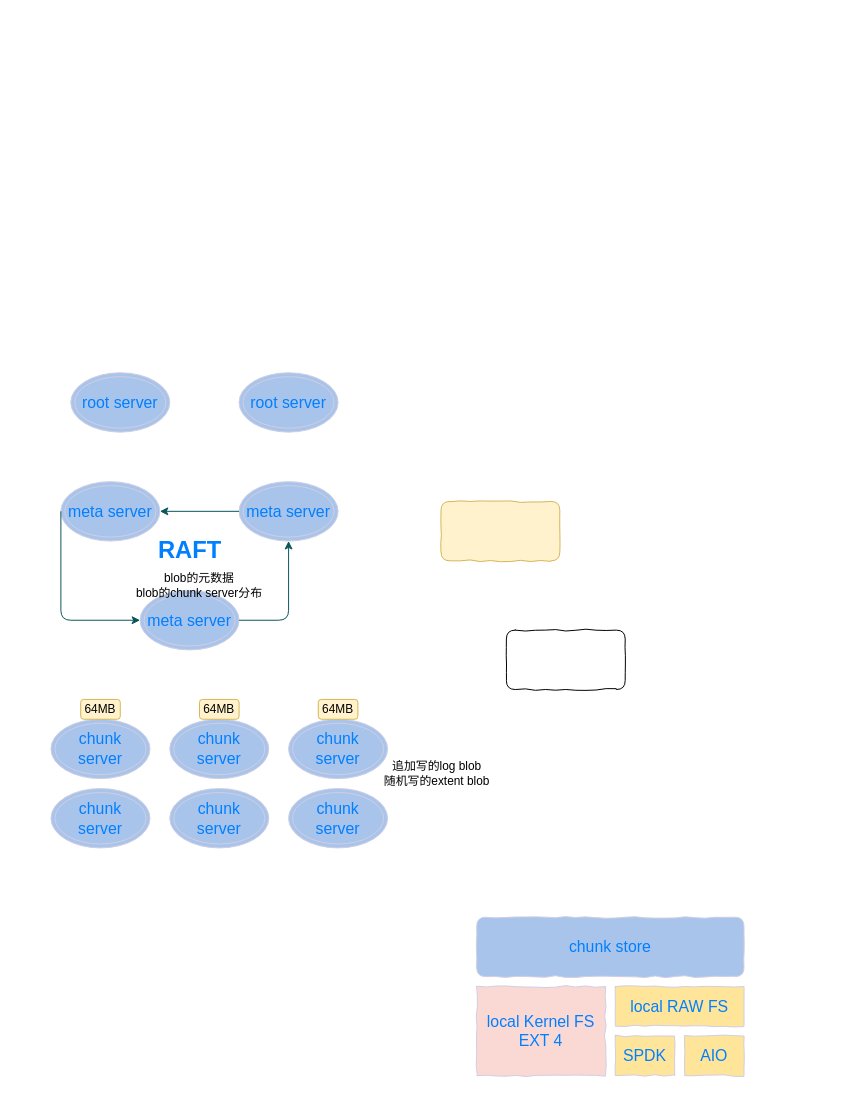
Above: storage.drawio in koka-go/blogs (draw.io), before the change. Source tidied: cells renumbered, new cells numbered last; positions are measured from the earlier drawing's top-left corner, leaving out a move shared by most shapes. Both pictures are drawn from the tidied source at 99%, with x=0, y=0 at pixel (50, 372).
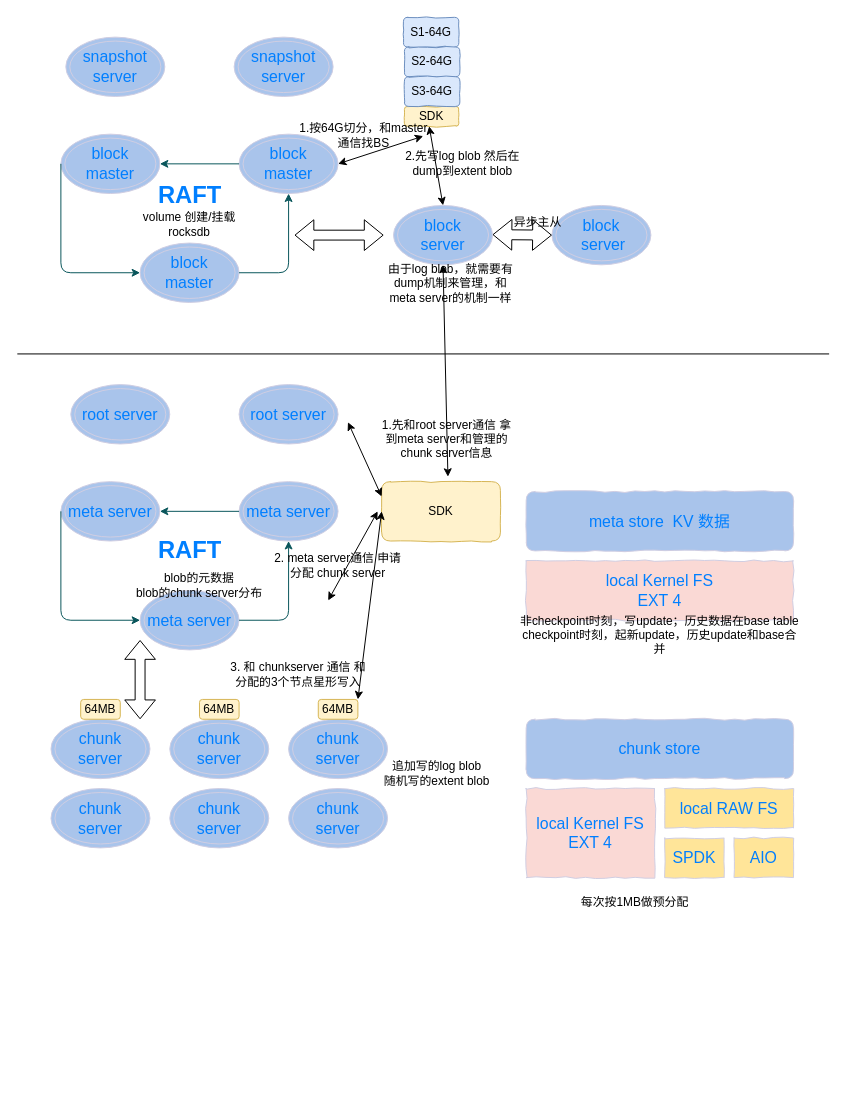
Above is the later version.

What changed in the source:
```diff
@@
     <mxCell id="2" value="&lt;font style=&quot;font-size: 16px&quot; color=&quot;#007fff&quot;&gt;local Kernel FS&lt;br&gt;EXT 4&lt;br&gt;&lt;/font&gt;" style="rounded=0;whiteSpace=wrap;html=1;sketch=0;fontColor=#1A1A1A;strokeColor=#D0CEE2;fillColor=#FAD9D5;comic=1;" parent="1" vertex="1">
-      <mxGeometry x="430" y="620" width="130" height="90" as="geometry" />
+      <mxGeometry x="480" y="420" width="130" height="90" as="geometry" />
     </mxCell>
     <mxCell id="3" value="local RAW FS" style="rounded=0;whiteSpace=wrap;html=1;comic=1;sketch=0;fontSize=16;fontColor=#007FFF;strokeColor=#D0CEE2;fillColor=#FFE599;gradientColor=none;" parent="1" vertex="1">
-      <mxGeometry x="570" y="620" width="130" height="40" as="geometry" />
+      <mxGeometry x="620" y="420" width="130" height="40" as="geometry" />
     </mxCell>
     <mxCell id="4" value="SPDK" style="rounded=0;whiteSpace=wrap;html=1;comic=1;sketch=0;fontSize=16;fontColor=#007FFF;strokeColor=#D0CEE2;fillColor=#FFE599;gradientColor=none;" parent="1" vertex="1">
-      <mxGeometry x="570" y="670" width="60" height="40" as="geometry" />
+      <mxGeometry x="620" y="470" width="60" height="40" as="geometry" />
     </mxCell>
     <mxCell id="5" value="AIO" style="rounded=0;whiteSpace=wrap;html=1;comic=1;sketch=0;fontSize=16;fontColor=#007FFF;strokeColor=#D0CEE2;fillColor=#FFE599;gradientColor=none;" parent="1" vertex="1">
-      <mxGeometry x="640" y="670" width="60" height="40" as="geometry" />
+      <mxGeometry x="690" y="470" width="60" height="40" as="geometry" />
     </mxCell>
     <mxCell id="6" value="chunk store" style="rounded=1;whiteSpace=wrap;html=1;comic=1;sketch=0;fontSize=16;fontColor=#007FFF;strokeColor=#D0CEE2;fillColor=#A9C4EB;gradientColor=none;" parent="1" vertex="1">
-      <mxGeometry x="430" y="550" width="270" height="60" as="geometry" />
+      <mxGeometry x="480" y="350" width="270" height="60" as="geometry" />
     </mxCell>
@@
     <mxCell id="25" value="root server" style="ellipse;shape=doubleEllipse;whiteSpace=wrap;html=1;rounded=0;comic=1;sketch=0;fontSize=16;fontColor=#007FFF;strokeColor=#D0CEE2;fillColor=#A9C4EB;gradientColor=none;" parent="1" vertex="1">
-      <mxGeometry x="20" width="100" height="60" as="geometry" />
+      <mxGeometry x="20" y="12" width="100" height="60" as="geometry" />
     </mxCell>
     <mxCell id="26" value="&lt;span&gt;root server&lt;/span&gt;" style="ellipse;shape=doubleEllipse;whiteSpace=wrap;html=1;rounded=0;comic=1;sketch=0;fontSize=16;fontColor=#007FFF;strokeColor=#D0CEE2;fillColor=#A9C4EB;gradientColor=none;" parent="1" vertex="1">
-      <mxGeometry x="190" width="100" height="60" as="geometry" />
+      <mxGeometry x="190" y="12" width="100" height="60" as="geometry" />
     </mxCell>
-    <mxCell id="27" style="rounded=1;whiteSpace=wrap;html=1;fillColor=#fff2cc;strokeColor=#d6b656;comic=1;" parent="1" vertex="1">
-      <mxGeometry x="394" y="130" width="120" height="60" as="geometry" />
+    <mxCell id="27" value="SDK" style="rounded=1;whiteSpace=wrap;html=1;fillColor=#fff2cc;strokeColor=#d6b656;comic=1;" parent="1" vertex="1">
+      <mxGeometry x="334" y="110" width="120" height="60" as="geometry" />
     </mxCell>
-    <mxCell id="28" style="rounded=1;whiteSpace=wrap;html=1;comic=1;" parent="1" vertex="1">
-      <mxGeometry x="460" y="260" width="120" height="60" as="geometry" />
-    </mxCell>
+    <mxCell id="29" style="endArrow=classic;startArrow=classic;html=1;rounded=0;entryX=0;entryY=0.25;entryDx=0;entryDy=0;" parent="1" edge="1" target="27">
+      <mxGeometry relative="1" as="geometry">
+        <mxPoint x="300" y="50" as="sourcePoint" />
+      </mxGeometry>
+    </mxCell>
+    <mxCell id="30" value="1.先和root server通信 拿到meta server和管理的chunk server信息" style="text;html=1;strokeColor=none;fillColor=none;align=center;verticalAlign=middle;whiteSpace=wrap;rounded=0;" parent="1" vertex="1">
+      <mxGeometry x="330" y="52" width="140" height="30" as="geometry" />
+    </mxCell>
+    <mxCell id="31" style="endArrow=classic;startArrow=classic;html=1;rounded=0;" parent="1" edge="1">
+      <mxGeometry relative="1" as="geometry">
+        <mxPoint x="280" y="230" as="sourcePoint" />
+        <mxPoint x="330" y="140" as="targetPoint" />
+      </mxGeometry>
+    </mxCell>
+    <mxCell id="32" value="2. meta server通信 申请分配 chunk server" style="text;html=1;strokeColor=none;fillColor=none;align=center;verticalAlign=middle;whiteSpace=wrap;rounded=0;" parent="1" vertex="1">
+      <mxGeometry x="220" y="180" width="140" height="30" as="geometry" />
+    </mxCell>
+    <mxCell id="33" style="endArrow=classic;startArrow=classic;html=1;rounded=0;entryX=0;entryY=0.5;entryDx=0;entryDy=0;" parent="1" edge="1" target="27">
+      <mxGeometry relative="1" as="geometry">
+        <mxPoint x="310" y="330" as="sourcePoint" />
+      </mxGeometry>
+    </mxCell>
+    <mxCell id="34" value="3. 和 chunkserver 通信 和分配的3个节点星形写入" style="text;html=1;strokeColor=none;fillColor=none;align=center;verticalAlign=middle;whiteSpace=wrap;rounded=0;" parent="1" vertex="1">
+      <mxGeometry x="180" y="290" width="140" height="30" as="geometry" />
+    </mxCell>
+    <mxCell id="35" value="每次按1MB做预分配" style="text;html=1;strokeColor=none;fillColor=none;align=center;verticalAlign=middle;whiteSpace=wrap;rounded=0;" parent="1" vertex="1">
+      <mxGeometry x="520" y="520" width="140" height="30" as="geometry" />
+    </mxCell>
+    <mxCell id="36" value="&lt;font style=&quot;font-size: 16px&quot; color=&quot;#007fff&quot;&gt;local Kernel FS&lt;br&gt;EXT 4&lt;br&gt;&lt;/font&gt;" style="rounded=0;whiteSpace=wrap;html=1;sketch=0;fontColor=#1A1A1A;strokeColor=#D0CEE2;fillColor=#FAD9D5;comic=1;" parent="1" vertex="1">
+      <mxGeometry x="480" y="190" width="270" height="60" as="geometry" />
+    </mxCell>
+    <mxCell id="37" value="meta store&amp;nbsp; KV 数据" style="rounded=1;whiteSpace=wrap;html=1;comic=1;sketch=0;fontSize=16;fontColor=#007FFF;strokeColor=#D0CEE2;fillColor=#A9C4EB;gradientColor=none;" parent="1" vertex="1">
+      <mxGeometry x="480" y="120" width="270" height="60" as="geometry" />
+    </mxCell>
+    <mxCell id="38" value="非checkpoint时刻，写update；历史数据在base table&lt;br&gt;checkpoint时刻，起新update，历史update和base合并" style="text;html=1;strokeColor=none;fillColor=none;align=center;verticalAlign=middle;whiteSpace=wrap;rounded=0;" parent="1" vertex="1">
+      <mxGeometry x="470" y="250" width="290" height="30" as="geometry" />
+    </mxCell>
+    <mxCell id="39" style="endArrow=none;html=1;rounded=0;" parent="1" edge="1">
+      <mxGeometry relative="1" as="geometry">
+        <mxPoint x="-34" y="-19" as="sourcePoint" />
+        <mxPoint x="786" y="-19" as="targetPoint" />
+      </mxGeometry>
+    </mxCell>
+    <mxCell id="40" value="block master" style="ellipse;shape=doubleEllipse;whiteSpace=wrap;html=1;rounded=0;comic=1;sketch=0;fontSize=16;fontColor=#007FFF;strokeColor=#D0CEE2;fillColor=#A9C4EB;gradientColor=none;" parent="1" vertex="1">
+      <mxGeometry x="10" y="-241" width="100" height="60" as="geometry" />
+    </mxCell>
+    <mxCell id="41" value="block master" style="ellipse;shape=doubleEllipse;whiteSpace=wrap;html=1;rounded=0;comic=1;sketch=0;fontSize=16;fontColor=#007FFF;strokeColor=#D0CEE2;fillColor=#A9C4EB;gradientColor=none;" parent="1" vertex="1">
+      <mxGeometry x="90" y="-131" width="100" height="60" as="geometry" />
+    </mxCell>
+    <mxCell id="42" value="block master" style="ellipse;shape=doubleEllipse;whiteSpace=wrap;html=1;rounded=0;comic=1;sketch=0;fontSize=16;fontColor=#007FFF;strokeColor=#D0CEE2;fillColor=#A9C4EB;gradientColor=none;" parent="1" vertex="1">
+      <mxGeometry x="190" y="-241" width="100" height="60" as="geometry" />
+    </mxCell>
+    <mxCell id="43" style="edgeStyle=segmentEdgeStyle;endArrow=classic;html=1;rounded=1;sketch=0;fontSize=16;fontColor=#007FFF;strokeColor=#09555B;curved=0;entryX=0.5;entryY=1;entryDx=0;entryDy=0;" parent="1" edge="1" target="42">
+      <mxGeometry relative="1" as="geometry">
+        <mxPoint x="190" y="-101" as="sourcePoint" />
+      </mxGeometry>
+    </mxCell>
+    <mxCell id="44" style="edgeStyle=segmentEdgeStyle;endArrow=classic;html=1;rounded=1;sketch=0;fontSize=16;fontColor=#007FFF;strokeColor=#09555B;curved=0;exitX=0;exitY=0.5;exitDx=0;exitDy=0;entryX=1;entryY=0.5;entryDx=0;entryDy=0;" parent="1" edge="1" source="42" target="40">
+      <mxGeometry relative="1" as="geometry" />
+    </mxCell>
+    <mxCell id="45" style="edgeStyle=segmentEdgeStyle;endArrow=classic;html=1;rounded=1;sketch=0;fontSize=16;fontColor=#007FFF;strokeColor=#09555B;curved=0;entryX=0;entryY=0.5;entryDx=0;entryDy=0;exitX=0;exitY=0.5;exitDx=0;exitDy=0;" parent="1" edge="1" source="40" target="41">
+      <mxGeometry relative="1" as="geometry">
+        <Array as="points">
+          <mxPoint x="10" y="-101" />
+        </Array>
+      </mxGeometry>
+    </mxCell>
+    <mxCell id="46" value="RAFT" style="text;strokeColor=none;fillColor=none;html=1;fontSize=24;fontStyle=1;verticalAlign=middle;align=center;rounded=0;comic=1;sketch=0;fontColor=#007FFF;" parent="1" vertex="1">
+      <mxGeometry x="90" y="-199" width="100" height="40" as="geometry" />
+    </mxCell>
+    <mxCell id="47" value="volume 创建/挂载&lt;br&gt;rocksdb" style="text;html=1;strokeColor=none;fillColor=none;align=center;verticalAlign=middle;whiteSpace=wrap;rounded=0;" parent="1" vertex="1">
+      <mxGeometry x="70" y="-169" width="140" height="38" as="geometry" />
+    </mxCell>
+    <mxCell id="48" value="snapshot server" style="ellipse;shape=doubleEllipse;whiteSpace=wrap;html=1;rounded=0;comic=1;sketch=0;fontSize=16;fontColor=#007FFF;strokeColor=#D0CEE2;fillColor=#A9C4EB;gradientColor=none;" parent="1" vertex="1">
+      <mxGeometry x="15" y="-339" width="100" height="60" as="geometry" />
+    </mxCell>
+    <mxCell id="49" value="&lt;span&gt;snapshot server&lt;/span&gt;" style="ellipse;shape=doubleEllipse;whiteSpace=wrap;html=1;rounded=0;comic=1;sketch=0;fontSize=16;fontColor=#007FFF;strokeColor=#D0CEE2;fillColor=#A9C4EB;gradientColor=none;" parent="1" vertex="1">
+      <mxGeometry x="185" y="-339" width="100" height="60" as="geometry" />
+    </mxCell>
+    <mxCell id="50" value="&lt;span&gt;block &lt;br&gt;server&lt;/span&gt;" style="ellipse;shape=doubleEllipse;whiteSpace=wrap;html=1;rounded=0;comic=1;sketch=0;fontSize=16;fontColor=#007FFF;strokeColor=#D0CEE2;fillColor=#A9C4EB;gradientColor=none;" parent="1" vertex="1">
+      <mxGeometry x="346" y="-169" width="100" height="60" as="geometry" />
+    </mxCell>
+    <mxCell id="51" value="&lt;span&gt;block&lt;br&gt;&amp;nbsp;server&lt;/span&gt;" style="ellipse;shape=doubleEllipse;whiteSpace=wrap;html=1;rounded=0;comic=1;sketch=0;fontSize=16;fontColor=#007FFF;strokeColor=#D0CEE2;fillColor=#A9C4EB;gradientColor=none;" parent="1" vertex="1">
+      <mxGeometry x="506" y="-169" width="100" height="60" as="geometry" />
+    </mxCell>
+    <mxCell id="52" style="endArrow=classic;startArrow=classic;html=1;rounded=0;entryX=0.558;entryY=-0.083;entryDx=0;entryDy=0;exitX=0.5;exitY=1;exitDx=0;exitDy=0;entryPerimeter=0;" parent="1" edge="1" source="50" target="27">
+      <mxGeometry relative="1" as="geometry" />
+    </mxCell>
+    <mxCell id="53" value="SDK" style="rounded=1;whiteSpace=wrap;html=1;fillColor=#fff2cc;strokeColor=#d6b656;comic=1;" parent="1" vertex="1">
+      <mxGeometry x="357" y="-269" width="55" height="20" as="geometry" />
+    </mxCell>
+    <mxCell id="54" value="S1-64G" style="rounded=1;whiteSpace=wrap;html=1;comic=1;fillColor=#dae8fc;strokeColor=#6c8ebf;" parent="1" vertex="1">
+      <mxGeometry x="356" y="-359" width="56" height="30" as="geometry" />
+    </mxCell>
+    <mxCell id="55" value="S2-64G" style="rounded=1;whiteSpace=wrap;html=1;comic=1;fillColor=#dae8fc;strokeColor=#6c8ebf;" parent="1" vertex="1">
+      <mxGeometry x="357" y="-329" width="56" height="30" as="geometry" />
+    </mxCell>
+    <mxCell id="56" value="S3-64G" style="rounded=1;whiteSpace=wrap;html=1;comic=1;fillColor=#dae8fc;strokeColor=#6c8ebf;" parent="1" vertex="1">
+      <mxGeometry x="357" y="-299" width="56" height="30" as="geometry" />
+    </mxCell>
+    <mxCell id="57" style="shape=flexArrow;endArrow=classic;startArrow=classic;html=1;rounded=0;" parent="1" edge="1">
+      <mxGeometry relative="1" as="geometry">
+        <mxPoint x="90" y="350" as="sourcePoint" />
+        <mxPoint x="90" y="270" as="targetPoint" />
+      </mxGeometry>
+    </mxCell>
+    <mxCell id="58" style="shape=flexArrow;endArrow=classic;startArrow=classic;html=1;rounded=0;" parent="1" edge="1">
+      <mxGeometry relative="1" as="geometry">
+        <mxPoint x="336" y="-139" as="sourcePoint" />
+        <mxPoint x="246" y="-139" as="targetPoint" />
+      </mxGeometry>
+    </mxCell>
+    <mxCell id="59" style="endArrow=classic;startArrow=classic;html=1;rounded=0;entryX=0.5;entryY=0;entryDx=0;entryDy=0;" parent="1" edge="1" target="50">
+      <mxGeometry relative="1" as="geometry">
+        <mxPoint x="382" y="-249" as="sourcePoint" />
+      </mxGeometry>
+    </mxCell>
+    <mxCell id="60" style="shape=flexArrow;endArrow=classic;startArrow=classic;html=1;rounded=0;" parent="1" edge="1">
+      <mxGeometry relative="1" as="geometry">
+        <mxPoint x="506" y="-139" as="sourcePoint" />
+        <mxPoint x="446" y="-139.5" as="targetPoint" />
+      </mxGeometry>
+    </mxCell>
+    <mxCell id="61" value="2.先写log blob 然后在dump到extent blob" style="text;html=1;strokeColor=none;fillColor=none;align=center;verticalAlign=middle;whiteSpace=wrap;rounded=0;" parent="1" vertex="1">
+      <mxGeometry x="346" y="-230" width="140" height="38" as="geometry" />
+    </mxCell>
+    <mxCell id="62" value="异步主从" style="text;html=1;strokeColor=none;fillColor=none;align=center;verticalAlign=middle;whiteSpace=wrap;rounded=0;" parent="1" vertex="1">
+      <mxGeometry x="422" y="-171" width="140" height="38" as="geometry" />
+    </mxCell>
+    <mxCell id="63" value="由于log blob，就需要有dump机制来管理，和meta server的机制一样" style="text;html=1;strokeColor=none;fillColor=none;align=center;verticalAlign=middle;whiteSpace=wrap;rounded=0;" parent="1" vertex="1">
+      <mxGeometry x="334" y="-109" width="140" height="38" as="geometry" />
+    </mxCell>
+    <mxCell id="64" style="endArrow=classic;startArrow=classic;html=1;rounded=0;entryX=1;entryY=0.5;entryDx=0;entryDy=0;" parent="1" edge="1" target="42">
+      <mxGeometry relative="1" as="geometry">
+        <mxPoint x="376" y="-239" as="sourcePoint" />
+      </mxGeometry>
+    </mxCell>
+    <mxCell id="65" value="1.按64G切分，和master通信找BS" style="text;html=1;strokeColor=none;fillColor=none;align=center;verticalAlign=middle;whiteSpace=wrap;rounded=0;" parent="1" vertex="1">
+      <mxGeometry x="246" y="-259" width="140" height="38" as="geometry" />
+    </mxCell>
```
